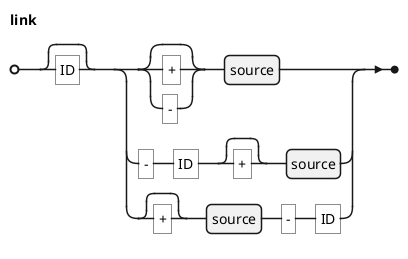
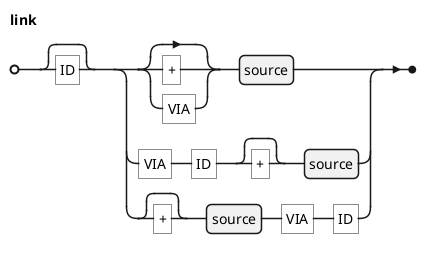
@startebnf
' border and background
skinparam legendBorderColor transparent
skinparam legendBackgroundColor white

'title link

- link = ["ID"], ([("+" | "-")], source
-   | "-", "ID", ["+"], source
-   | ["+"], source, "-", "ID")
+ link = ["ID"], ([("+" | "VIA")], source
+   | "VIA", "ID", ["+"], source
+   | ["+"], source, "VIA", "ID")
;

@endebnf
